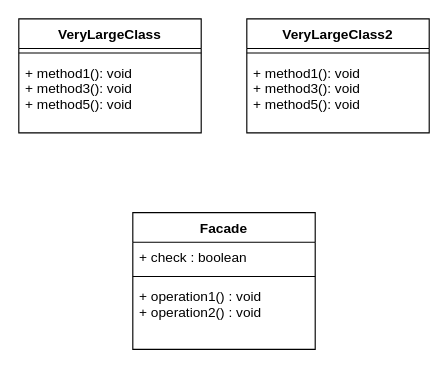
This is Structural/Facade/facade.drawio from danil-jpg/MyPatterns, a draw.io file, before an edit. Source tidied: cells renumbered, new cells numbered last; positions are measured from the earlier drawing's top-left corner, leaving out a move shared by most shapes. Both pictures are drawn from the tidied source at 114%, with x=0, y=0 at pixel (18, 18).
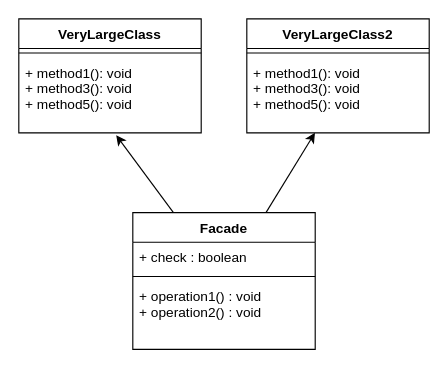
Above is the later version.

Change to the diagram source:
```diff
@@
 <mxGraphModel>
   <root>
     <mxCell id="0" />
     <mxCell id="1" parent="0" />
+    <mxCell id="12" style="edgeStyle=none;html=1;entryX=0.534;entryY=1.032;entryDx=0;entryDy=0;entryPerimeter=0;" parent="1" edge="1" source="2" target="8">
+      <mxGeometry relative="1" as="geometry" />
+    </mxCell>
+    <mxCell id="13" style="edgeStyle=none;html=1;" parent="1" edge="1" source="2" target="11">
+      <mxGeometry relative="1" as="geometry" />
+    </mxCell>
     <mxCell id="2" value="Facade" style="swimlane;fontStyle=1;align=center;verticalAlign=top;horizontal=1;startSize=26;" parent="1" vertex="1">
       <mxGeometry x="100" y="170" width="160" height="120" as="geometry" />
     </mxCell>
     <mxCell id="3" value="+ check : boolean" style="text;strokeColor=none;fillColor=none;align=left;verticalAlign=top;spacingLeft=4;spacingRight=4;overflow=hidden;" parent="2" vertex="1">
       <mxGeometry y="26" width="160" height="26" as="geometry" />
     </mxCell>
     <mxCell id="4" style="line;strokeWidth=1;fillColor=none;align=left;verticalAlign=middle;spacingTop=-1;spacingLeft=3;spacingRight=3;labelPosition=right;" parent="2" vertex="1">
       <mxGeometry y="52" width="160" height="8" as="geometry" />
     </mxCell>
     <mxCell id="5" value="+ operation1() : void&#10;+ operation2() : void" style="text;strokeColor=none;fillColor=none;align=left;verticalAlign=top;spacingLeft=4;spacingRight=4;overflow=hidden;" parent="2" vertex="1">
       <mxGeometry y="60" width="160" height="60" as="geometry" />
     </mxCell>
     <mxCell id="6" value="VeryLargeClass" style="swimlane;fontStyle=1;align=center;verticalAlign=top;horizontal=1;startSize=26;" parent="1" vertex="1">
       <mxGeometry width="160" height="100" as="geometry" />
     </mxCell>
     <mxCell id="7" style="line;strokeWidth=1;fillColor=none;align=left;verticalAlign=middle;spacingTop=-1;spacingLeft=3;spacingRight=3;labelPosition=right;" parent="6" vertex="1">
       <mxGeometry y="26" width="160" height="8" as="geometry" />
     </mxCell>
     <mxCell id="8" value="+ method1(): void&#10;+ method3(): void&#10;+ method5(): void" style="text;strokeColor=none;fillColor=none;align=left;verticalAlign=top;spacingLeft=4;spacingRight=4;overflow=hidden;points=[[0,0.5],[1,0.5]];portConstraint=eastwest;" parent="6" vertex="1">
       <mxGeometry y="34" width="160" height="66" as="geometry" />
     </mxCell>
     <mxCell id="9" value="VeryLargeClass2" style="swimlane;fontStyle=1;align=center;verticalAlign=top;horizontal=1;startSize=26;" parent="1" vertex="1">
       <mxGeometry x="200" width="160" height="100" as="geometry" />
     </mxCell>
     <mxCell id="10" style="line;strokeWidth=1;fillColor=none;align=left;verticalAlign=middle;spacingTop=-1;spacingLeft=3;spacingRight=3;labelPosition=right;" parent="9" vertex="1">
       <mxGeometry y="26" width="160" height="8" as="geometry" />
     </mxCell>
     <mxCell id="11" value="+ method1(): void&#10;+ method3(): void&#10;+ method5(): void" style="text;strokeColor=none;fillColor=none;align=left;verticalAlign=top;spacingLeft=4;spacingRight=4;overflow=hidden;points=[[0,0.5],[1,0.5]];portConstraint=eastwest;" parent="9" vertex="1">
       <mxGeometry y="34" width="160" height="66" as="geometry" />
     </mxCell>
   </root>
 </mxGraphModel>
```
